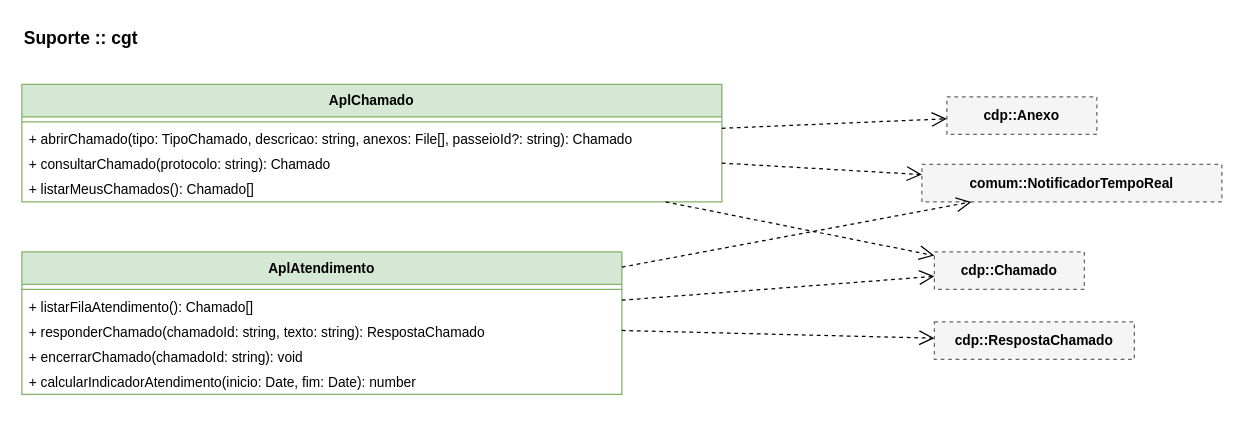
Eduardo-Ferraz/happy-paws-go keeps this draw.io diagram as docs/es2-projeto/diagramas/ln-suporte-cgt.drawio. Above is the earlier version. Source tidied: cells renumbered, new cells numbered last; positions are measured from the earlier drawing's top-left corner, leaving out a move shared by most shapes. Both pictures are drawn from the tidied source at 125%, with x=0, y=0 at pixel (21, 21).
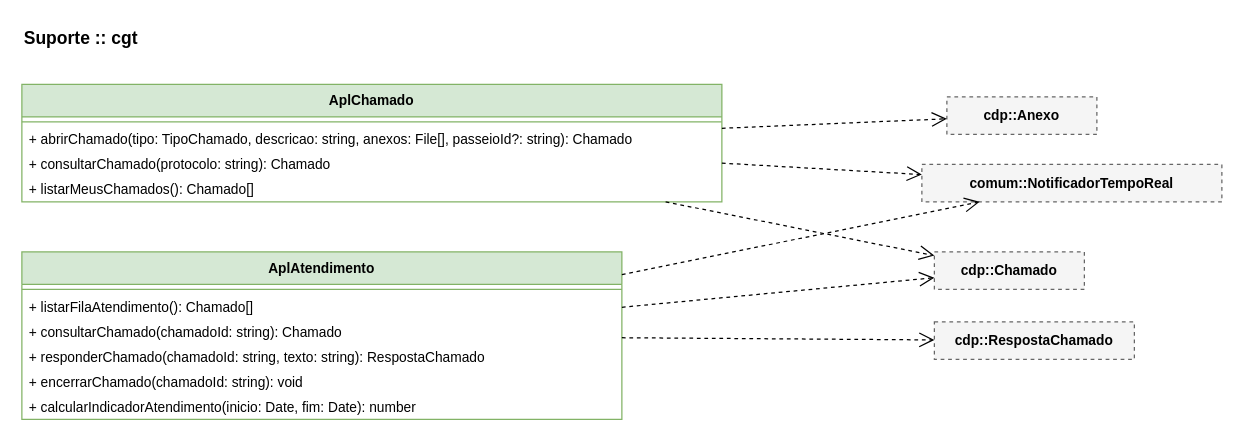
The same diagram, later.

Diff of the diagram source:
```diff
@@
     <mxCell id="8" value="AplAtendimento" style="swimlane;fontStyle=1;align=center;verticalAlign=top;horizontal=1;startSize=26;html=0;whiteSpace=wrap;fillColor=#D5E8D4;strokeColor=#82B366;fontSize=11;" parent="1" vertex="1">
-      <mxGeometry y="184" width="480" height="114" as="geometry" />
+      <mxGeometry y="184" width="480" height="134" as="geometry" />
     </mxCell>
@@
+    <mxCell id="24" value="+ consultarChamado(chamadoId: string): Chamado" style="text;strokeColor=none;fillColor=none;align=left;verticalAlign=middle;spacingLeft=4;spacingRight=4;overflow=hidden;html=0;fontSize=11;" parent="8" vertex="1">
+      <mxGeometry y="54" width="480" height="20" as="geometry" />
+    </mxCell>
     <mxCell id="11" value="+ responderChamado(chamadoId: string, texto: string): RespostaChamado" style="text;strokeColor=none;fillColor=none;align=left;verticalAlign=middle;spacingLeft=4;spacingRight=4;overflow=hidden;html=0;fontSize=11;" parent="8" vertex="1">
-      <mxGeometry y="54" width="480" height="20" as="geometry" />
+      <mxGeometry y="74" width="480" height="20" as="geometry" />
     </mxCell>
     <mxCell id="12" value="+ encerrarChamado(chamadoId: string): void" style="text;strokeColor=none;fillColor=none;align=left;verticalAlign=middle;spacingLeft=4;spacingRight=4;overflow=hidden;html=0;fontSize=11;" parent="8" vertex="1">
-      <mxGeometry y="74" width="480" height="20" as="geometry" />
+      <mxGeometry y="94" width="480" height="20" as="geometry" />
     </mxCell>
     <mxCell id="13" value="+ calcularIndicadorAtendimento(inicio: Date, fim: Date): number" style="text;strokeColor=none;fillColor=none;align=left;verticalAlign=middle;spacingLeft=4;spacingRight=4;overflow=hidden;html=0;fontSize=11;" parent="8" vertex="1">
-      <mxGeometry y="94" width="480" height="20" as="geometry" />
+      <mxGeometry y="114" width="480" height="20" as="geometry" />
     </mxCell>
```
